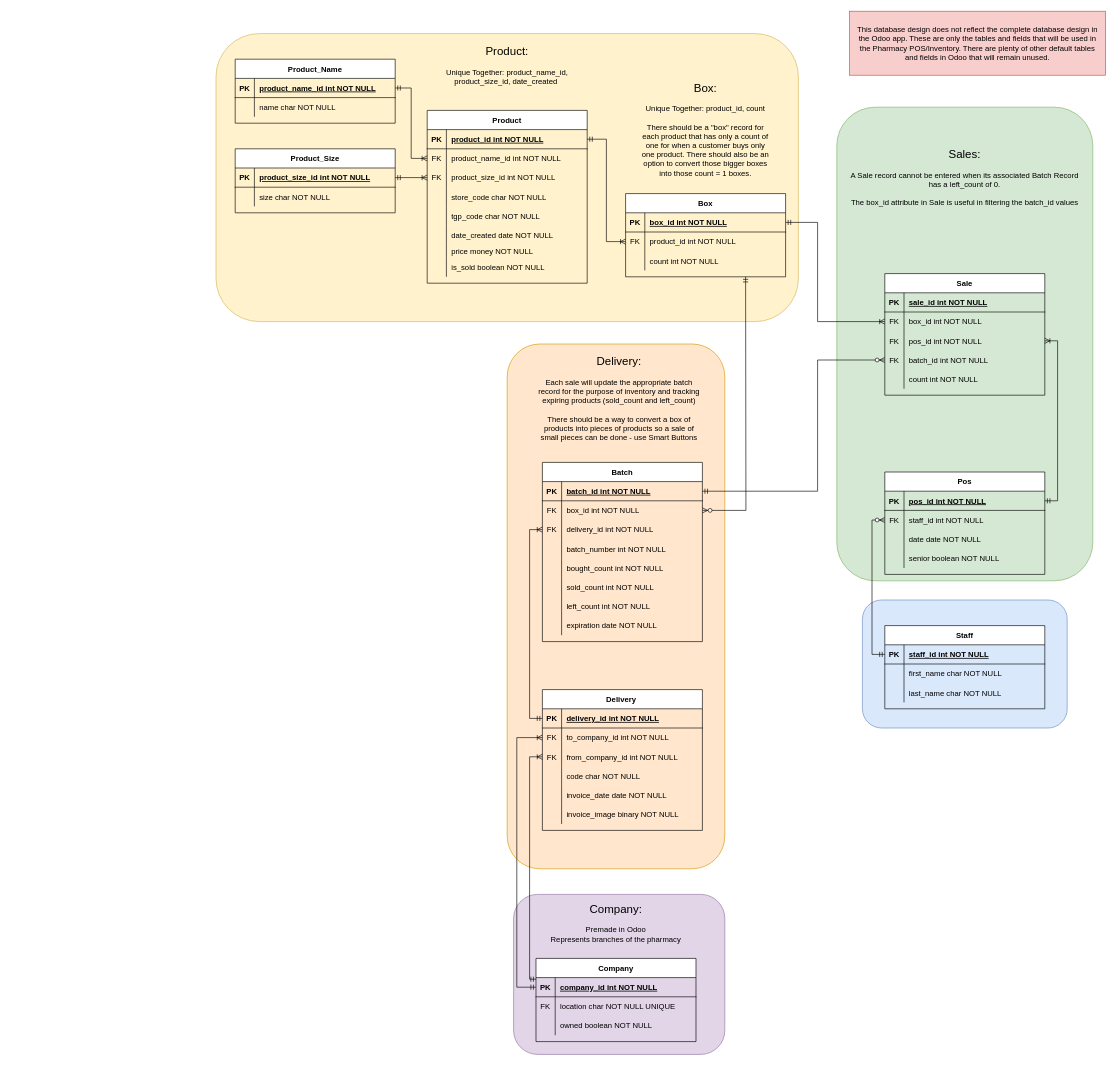
This is db-design.drawio from thisLexic/pharma-pos, a draw.io file, before an edit. Source tidied: cells renumbered, new cells numbered last; positions are measured from the earlier drawing's top-left corner, leaving out a move shared by most shapes. Both pictures are drawn from the tidied source at 64%, with x=0, y=0 at pixel (216, 11).
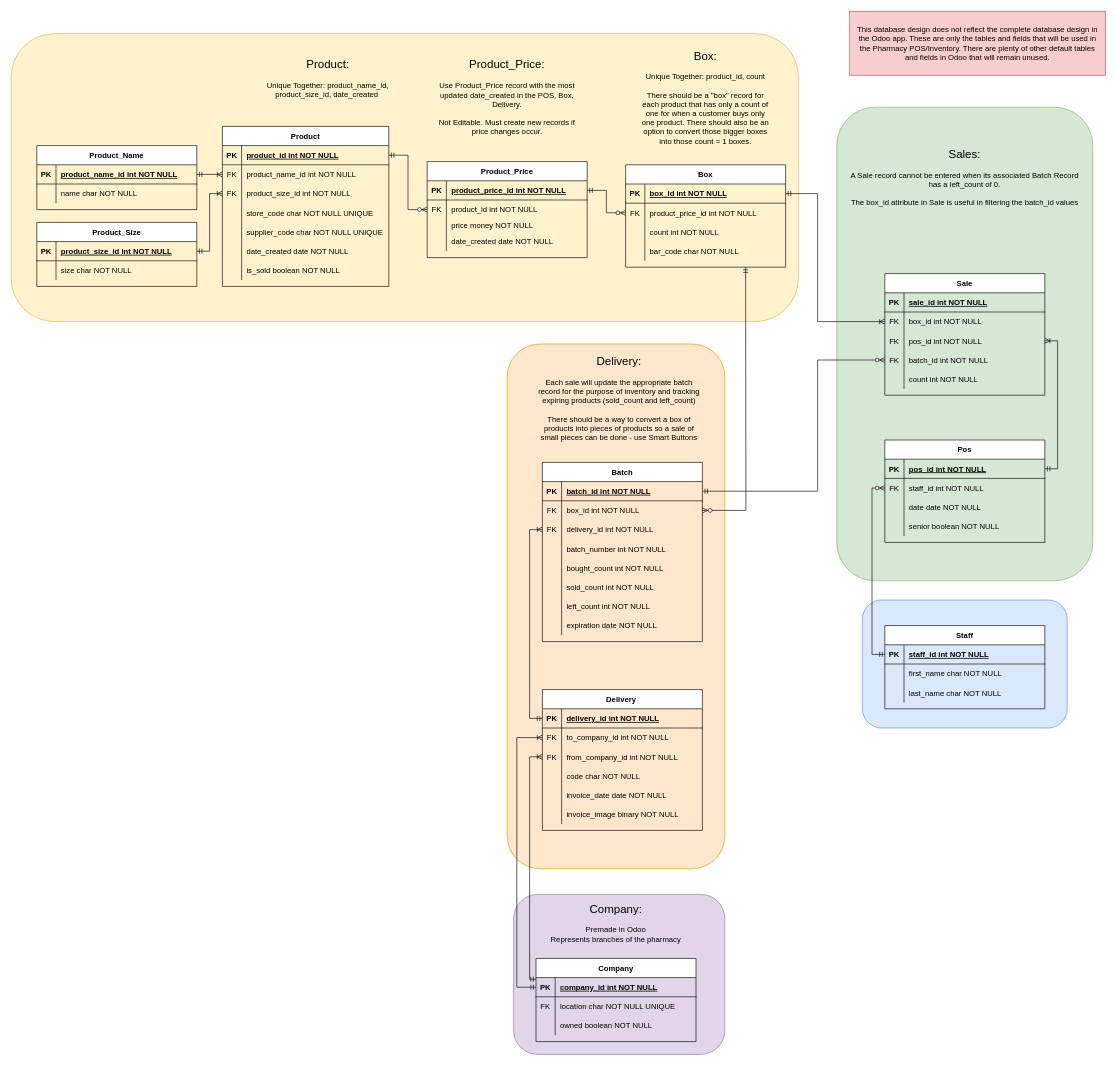
The same page after the edit.

Commit message:
added flexibility to changing the price and descriptions of products

The change refers to these unchanged cells:
```xml
<mxCell id="75" style="shape=partialRectangle;fillColor=none;points=[[0,0.5],[1,0.5]];portConstraint=eastwest;top=0;left=0;right=0;bottom=1;" parent="74" vertex="1">
  <mxGeometry y="30" width="250" height="30" as="geometry" />
</mxCell>
<mxCell id="86" style="shape=partialRectangle;fillColor=none;points=[[0,0.5],[1,0.5]];portConstraint=eastwest;top=0;left=0;right=0;bottom=0;" parent="82" vertex="1">
  <mxGeometry y="60" width="250" height="30" as="geometry" />
</mxCell>
<mxCell id="144" style="shape=partialRectangle;fillColor=none;points=[[0,0.5],[1,0.5]];portConstraint=eastwest;top=0;left=0;right=0;bottom=1;" parent="143" vertex="1">
  <mxGeometry y="30" width="250" height="30" as="geometry" />
</mxCell>
<mxCell id="147" style="shape=partialRectangle;fillColor=none;points=[[0,0.5],[1,0.5]];portConstraint=eastwest;top=0;left=0;right=0;bottom=0;" parent="143" vertex="1">
  <mxGeometry y="60" width="250" height="30" as="geometry" />
</mxCell>
```

Change to the diagram source:
```diff
@@
     <mxCell id="7" style="rounded=1;whiteSpace=wrap;html=1;fillColor=#fff2cc;strokeColor=#d6b656;" parent="1" vertex="1">
-      <mxGeometry y="35" width="910" height="450" as="geometry" />
+      <mxGeometry x="-320" y="35" width="1230" height="450" as="geometry" />
     </mxCell>
@@
     <mxCell id="27" value="Pos" style="shape=table;startSize=30;childLayout=tableLayout;rowLines=0;fontStyle=1;align=center;" parent="1" vertex="1">
-      <mxGeometry x="1045" y="720" width="250" height="160" as="geometry" />
+      <mxGeometry x="1045" y="670" width="250" height="160" as="geometry" />
     </mxCell>
@@
     <mxCell id="40" value="Product" style="shape=table;startSize=30;childLayout=tableLayout;rowLines=0;fontStyle=1;align=center;" parent="1" vertex="1">
-      <mxGeometry x="330" y="155" width="250" height="270" as="geometry" />
+      <mxGeometry x="10" y="180" width="260" height="250" as="geometry" />
     </mxCell>
     <mxCell id="41" style="shape=partialRectangle;fillColor=none;points=[[0,0.5],[1,0.5]];portConstraint=eastwest;top=0;left=0;right=0;bottom=1;" parent="40" vertex="1">
-      <mxGeometry y="30" width="250" height="30" as="geometry" />
+      <mxGeometry y="30" width="260" height="30" as="geometry" />
     </mxCell>
@@
     <mxCell id="43" value="product_id int NOT NULL " style="shape=partialRectangle;overflow=hidden;fillColor=none;top=0;left=0;bottom=0;right=0;align=left;spacingLeft=6;fontStyle=5;" parent="41" vertex="1">
-      <mxGeometry x="30" width="220" height="30" as="geometry" />
+      <mxGeometry x="30" width="230" height="30" as="geometry" />
     </mxCell>
     <mxCell id="44" style="shape=partialRectangle;fillColor=none;points=[[0,0.5],[1,0.5]];portConstraint=eastwest;top=0;left=0;right=0;bottom=0;" parent="40" vertex="1">
-      <mxGeometry y="60" width="250" height="30" as="geometry" />
+      <mxGeometry y="60" width="260" height="30" as="geometry" />
     </mxCell>
@@
     <mxCell id="46" value="product_name_id int NOT NULL" style="shape=partialRectangle;overflow=hidden;fillColor=none;top=0;left=0;bottom=0;right=0;align=left;spacingLeft=6;" parent="44" vertex="1">
-      <mxGeometry x="30" width="220" height="30" as="geometry" />
+      <mxGeometry x="30" width="230" height="30" as="geometry" />
     </mxCell>
     <mxCell id="47" style="shape=partialRectangle;fillColor=none;points=[[0,0.5],[1,0.5]];portConstraint=eastwest;top=0;left=0;right=0;bottom=0;" parent="40" vertex="1">
-      <mxGeometry y="90" width="250" height="30" as="geometry" />
+      <mxGeometry y="90" width="260" height="30" as="geometry" />
     </mxCell>
@@
     <mxCell id="49" value="product_size_id int NOT NULL" style="shape=partialRectangle;overflow=hidden;fillColor=none;top=0;left=0;bottom=0;right=0;align=left;spacingLeft=6;" parent="47" vertex="1">
-      <mxGeometry x="30" width="220" height="30" as="geometry" />
+      <mxGeometry x="30" width="230" height="30" as="geometry" />
     </mxCell>
     <mxCell id="50" style="shape=partialRectangle;fillColor=none;top=0;left=0;right=0;bottom=0;" parent="40" vertex="1">
-      <mxGeometry y="120" width="250" height="30" as="geometry" />
+      <mxGeometry y="120" width="260" height="30" as="geometry" />
     </mxCell>
@@
-    <mxCell id="52" value="store_code char NOT NULL" style="shape=partialRectangle;overflow=hidden;fillColor=none;top=0;left=0;bottom=0;right=0;align=left;spacingLeft=6;" parent="50" vertex="1">
-      <mxGeometry x="30" width="220" height="30" as="geometry" />
+    <mxCell id="52" value="store_code char NOT NULL UNIQUE" style="shape=partialRectangle;overflow=hidden;fillColor=none;top=0;left=0;bottom=0;right=0;align=left;spacingLeft=6;" parent="50" vertex="1">
+      <mxGeometry x="30" width="230" height="30" as="geometry" />
     </mxCell>
     <mxCell id="53" style="shape=partialRectangle;fillColor=none;top=0;left=0;right=0;bottom=0;" parent="40" vertex="1">
-      <mxGeometry y="150" width="250" height="30" as="geometry" />
+      <mxGeometry y="150" width="260" height="30" as="geometry" />
     </mxCell>
@@
-    <mxCell id="55" value="tgp_code char NOT NULL" style="shape=partialRectangle;overflow=hidden;fillColor=none;top=0;left=0;bottom=0;right=0;align=left;spacingLeft=6;" parent="53" vertex="1">
-      <mxGeometry x="30" width="220" height="30" as="geometry" />
+    <mxCell id="55" value="supplier_code char NOT NULL UNIQUE" style="shape=partialRectangle;overflow=hidden;fillColor=none;top=0;left=0;bottom=0;right=0;align=left;spacingLeft=6;" parent="53" vertex="1">
+      <mxGeometry x="30" width="230" height="30" as="geometry" />
     </mxCell>
     <mxCell id="56" style="shape=partialRectangle;fillColor=none;top=0;left=0;right=0;bottom=0;" parent="40" vertex="1">
-      <mxGeometry y="180" width="250" height="30" as="geometry" />
+      <mxGeometry y="180" width="260" height="30" as="geometry" />
     </mxCell>
@@
     <mxCell id="58" value="date_created date NOT NULL" style="shape=partialRectangle;overflow=hidden;fillColor=none;top=0;left=0;bottom=0;right=0;align=left;spacingLeft=6;" parent="56" vertex="1">
-      <mxGeometry x="30" width="220" height="30" as="geometry" />
+      <mxGeometry x="30" width="230" height="30" as="geometry" />
     </mxCell>
-    <mxCell id="59" style="shape=partialRectangle;fillColor=none;top=0;left=0;right=0;bottom=0;" parent="40" vertex="1">
-      <mxGeometry y="210" width="250" height="20" as="geometry" />
-    </mxCell>
-    <mxCell id="60" style="shape=partialRectangle;overflow=hidden;fillColor=none;top=0;left=0;bottom=0;right=0;" parent="59" vertex="1">
-      <mxGeometry width="30" height="20" as="geometry" />
-    </mxCell>
-    <mxCell id="61" value="price money NOT NULL" style="shape=partialRectangle;overflow=hidden;fillColor=none;top=0;left=0;bottom=0;right=0;align=left;spacingLeft=6;" parent="59" vertex="1">
-      <mxGeometry x="30" width="220" height="20" as="geometry" />
-    </mxCell>
     <mxCell id="62" style="shape=partialRectangle;fillColor=none;top=0;left=0;right=0;bottom=0;" parent="40" vertex="1">
-      <mxGeometry y="230" width="250" height="30" as="geometry" />
+      <mxGeometry y="210" width="260" height="30" as="geometry" />
     </mxCell>
@@
     <mxCell id="64" value="is_sold boolean NOT NULL" style="shape=partialRectangle;overflow=hidden;fillColor=none;top=0;left=0;bottom=0;right=0;align=left;spacingLeft=6;" parent="62" vertex="1">
-      <mxGeometry x="30" width="220" height="30" as="geometry" />
+      <mxGeometry x="30" width="230" height="30" as="geometry" />
     </mxCell>
     <mxCell id="65" value="&lt;font style=&quot;font-size: 18px&quot;&gt;Product:&lt;/font&gt;&lt;br&gt;&lt;br&gt;Unique Together:&amp;nbsp;&lt;span style=&quot;text-align: left&quot;&gt;product_name_id&lt;/span&gt;, product_size_id, date_created&amp;nbsp;" style="text;html=1;strokeColor=none;fillColor=none;align=center;verticalAlign=middle;whiteSpace=wrap;rounded=0;" parent="1" vertex="1">
-      <mxGeometry x="350" y="50" width="210" height="70" as="geometry" />
+      <mxGeometry x="70" y="70" width="210" height="70" as="geometry" />
     </mxCell>
     <mxCell id="66" value="Product_Name" style="shape=table;startSize=30;childLayout=tableLayout;rowLines=0;fontStyle=1;align=center;" parent="1" vertex="1">
-      <mxGeometry x="30" y="75" width="250" height="100" as="geometry" />
+      <mxGeometry x="-280" y="210" width="250" height="100" as="geometry" />
     </mxCell>
@@
     <mxCell id="74" value="Product_Size" style="shape=table;startSize=30;childLayout=tableLayout;rowLines=0;fontStyle=1;align=center;" parent="1" vertex="1">
-      <mxGeometry x="30" y="215" width="250" height="100" as="geometry" />
+      <mxGeometry x="-280" y="330" width="250" height="100" as="geometry" />
     </mxCell>
@@
     <mxCell id="81" style="edgeStyle=orthogonalEdgeStyle;rounded=0;jettySize=auto;html=1;exitX=1;exitY=0.5;exitDx=0;exitDy=0;endArrow=ERoneToMany;endFill=0;startArrow=ERmandOne;startFill=0;entryX=0;entryY=0.5;entryDx=0;entryDy=0;" parent="1" edge="1" source="75" target="47">
-      <mxGeometry relative="1" as="geometry">
-        <Array as="points">
-          <mxPoint x="300" y="260" />
-          <mxPoint x="300" y="260" />
-        </Array>
-      </mxGeometry>
+      <mxGeometry relative="1" as="geometry" />
     </mxCell>
@@
     <mxCell id="98" style="edgeStyle=orthogonalEdgeStyle;rounded=0;jettySize=auto;html=1;endArrow=ERoneToMany;endFill=0;startArrow=ERmandOne;startFill=0;entryX=0;entryY=0.5;entryDx=0;entryDy=0;exitX=1;exitY=0.5;exitDx=0;exitDy=0;" parent="1" edge="1" source="144" target="86">
       <mxGeometry relative="1" as="geometry">
         <Array as="points">
-          <mxPoint x="940" y="330" />
+          <mxPoint x="940" y="285" />
           <mxPoint x="940" y="485" />
         </Array>
       </mxGeometry>
     </mxCell>
@@
     <mxCell id="143" value="Box" style="shape=table;startSize=30;childLayout=tableLayout;rowLines=0;fontStyle=1;align=center;" parent="1" vertex="1">
-      <mxGeometry x="640" y="285" width="250" height="130" as="geometry" />
+      <mxGeometry x="640" y="240" width="250" height="160" as="geometry" />
     </mxCell>
@@
-    <mxCell id="149" value="product_id int NOT NULL" style="shape=partialRectangle;overflow=hidden;fillColor=none;top=0;left=0;bottom=0;right=0;align=left;spacingLeft=6;" parent="147" vertex="1">
+    <mxCell id="149" value="product_price_id int NOT NULL" style="shape=partialRectangle;overflow=hidden;fillColor=none;top=0;left=0;bottom=0;right=0;align=left;spacingLeft=6;" parent="147" vertex="1">
       <mxGeometry x="30" width="220" height="30" as="geometry" />
     </mxCell>
@@
+    <mxCell id="167" style="shape=partialRectangle;fillColor=none;top=0;left=0;right=0;bottom=0;" parent="143" vertex="1">
+      <mxGeometry y="120" width="250" height="30" as="geometry" />
+    </mxCell>
+    <mxCell id="168" style="shape=partialRectangle;overflow=hidden;fillColor=none;top=0;left=0;bottom=0;right=0;" parent="167" vertex="1">
+      <mxGeometry width="30" height="30" as="geometry" />
+    </mxCell>
+    <mxCell id="169" value="bar_code char NOT NULL" style="shape=partialRectangle;overflow=hidden;fillColor=none;top=0;left=0;bottom=0;right=0;align=left;spacingLeft=6;" parent="167" vertex="1">
+      <mxGeometry x="30" width="220" height="30" as="geometry" />
+    </mxCell>
     <mxCell id="153" value="&lt;font style=&quot;font-size: 18px&quot;&gt;Box:&lt;/font&gt;&lt;br&gt;&lt;br&gt;Unique Together:&amp;nbsp;&lt;span style=&quot;text-align: left&quot;&gt;product_id, count&lt;br&gt;&lt;br&gt;There should be a &quot;box&quot; record for each product that has only a count of one for when a customer buys only one product. There should also be an option to convert those bigger boxes into those count = 1 boxes.&lt;br&gt;&lt;/span&gt;" style="text;html=1;strokeColor=none;fillColor=none;align=center;verticalAlign=middle;whiteSpace=wrap;rounded=0;" parent="1" vertex="1">
-      <mxGeometry x="660" y="90" width="210" height="190" as="geometry" />
+      <mxGeometry x="660" y="40" width="210" height="190" as="geometry" />
     </mxCell>
-    <mxCell id="154" style="edgeStyle=orthogonalEdgeStyle;rounded=0;jettySize=auto;html=1;exitX=0;exitY=0.5;exitDx=0;exitDy=0;endArrow=ERmandOne;endFill=0;startArrow=ERoneToMany;startFill=0;entryX=1;entryY=0.5;entryDx=0;entryDy=0;" parent="1" edge="1" source="147" target="41">
-      <mxGeometry relative="1" as="geometry" />
-    </mxCell>
@@
+    <mxCell id="170" value="Product_Price" style="shape=table;startSize=30;childLayout=tableLayout;rowLines=0;fontStyle=1;align=center;" parent="1" vertex="1">
+      <mxGeometry x="330" y="235" width="250" height="150" as="geometry" />
+    </mxCell>
+    <mxCell id="171" style="shape=partialRectangle;points=[[0,0.5],[1,0.5]];portConstraint=eastwest;top=0;left=0;right=0;bottom=1;fillColor=none;fontStyle=5;" parent="170" vertex="1">
+      <mxGeometry y="30" width="250" height="30" as="geometry" />
+    </mxCell>
+    <mxCell id="172" value="PK" style="shape=partialRectangle;overflow=hidden;fillColor=none;top=0;left=0;bottom=0;right=0;fontStyle=1;" parent="171" vertex="1">
+      <mxGeometry width="30" height="30" as="geometry" />
+    </mxCell>
+    <mxCell id="173" value="product_price_id int NOT NULL" style="shape=partialRectangle;overflow=hidden;fillColor=none;top=0;left=0;bottom=0;right=0;align=left;spacingLeft=6;fontStyle=5;" parent="171" vertex="1">
+      <mxGeometry x="30" width="220" height="30" as="geometry" />
+    </mxCell>
+    <mxCell id="174" style="shape=partialRectangle;fillColor=none;points=[[0,0.5],[1,0.5]];portConstraint=eastwest;top=0;left=0;right=0;bottom=0;" parent="170" vertex="1">
+      <mxGeometry y="60" width="250" height="30" as="geometry" />
+    </mxCell>
+    <mxCell id="175" value="FK" style="shape=partialRectangle;overflow=hidden;fillColor=none;top=0;left=0;bottom=0;right=0;" parent="174" vertex="1">
+      <mxGeometry width="30" height="30" as="geometry" />
+    </mxCell>
+    <mxCell id="176" value="product_id int NOT NULL" style="shape=partialRectangle;overflow=hidden;fillColor=none;top=0;left=0;bottom=0;right=0;align=left;spacingLeft=6;" parent="174" vertex="1">
+      <mxGeometry x="30" width="220" height="30" as="geometry" />
+    </mxCell>
+    <mxCell id="177" style="shape=partialRectangle;fillColor=none;top=0;left=0;right=0;bottom=0;" parent="170" vertex="1">
+      <mxGeometry y="90" width="250" height="20" as="geometry" />
+    </mxCell>
+    <mxCell id="60" style="shape=partialRectangle;overflow=hidden;fillColor=none;top=0;left=0;bottom=0;right=0;" parent="177" vertex="1">
+      <mxGeometry width="30" height="20" as="geometry" />
+    </mxCell>
+    <mxCell id="61" value="price money NOT NULL" style="shape=partialRectangle;overflow=hidden;fillColor=none;top=0;left=0;bottom=0;right=0;align=left;spacingLeft=6;" parent="177" vertex="1">
+      <mxGeometry x="30" width="220" height="20" as="geometry" />
+    </mxCell>
+    <mxCell id="178" style="shape=partialRectangle;fillColor=none;top=0;left=0;right=0;bottom=0;" parent="170" vertex="1">
+      <mxGeometry y="110" width="250" height="30" as="geometry" />
+    </mxCell>
+    <mxCell id="179" style="shape=partialRectangle;overflow=hidden;fillColor=none;top=0;left=0;bottom=0;right=0;" parent="178" vertex="1">
+      <mxGeometry width="30" height="30" as="geometry" />
+    </mxCell>
+    <mxCell id="180" value="date_created date NOT NULL" style="shape=partialRectangle;overflow=hidden;fillColor=none;top=0;left=0;bottom=0;right=0;align=left;spacingLeft=6;" parent="178" vertex="1">
+      <mxGeometry x="30" width="220" height="30" as="geometry" />
+    </mxCell>
+    <mxCell id="181" value="&lt;font style=&quot;font-size: 18px&quot;&gt;Product_Price:&lt;/font&gt;&lt;br&gt;&lt;br&gt;Use Product_Price record with the most updated date_created in the POS, Box, Delivery.&lt;br&gt;&lt;br&gt;Not Editable. Must create new records if price changes occur." style="text;html=1;strokeColor=none;fillColor=none;align=center;verticalAlign=middle;whiteSpace=wrap;rounded=0;" parent="1" vertex="1">
+      <mxGeometry x="340" y="100" width="230" height="70" as="geometry" />
+    </mxCell>
+    <mxCell id="182" style="edgeStyle=orthogonalEdgeStyle;rounded=0;jettySize=auto;html=1;exitX=0;exitY=0.5;exitDx=0;exitDy=0;entryX=1;entryY=0.5;entryDx=0;entryDy=0;endArrow=ERmandOne;endFill=0;startArrow=ERzeroToMany;startFill=1;" parent="1" edge="1" source="147" target="171">
+      <mxGeometry relative="1" as="geometry" />
+    </mxCell>
+    <mxCell id="183" style="edgeStyle=orthogonalEdgeStyle;rounded=0;jettySize=auto;html=1;exitX=0;exitY=0.5;exitDx=0;exitDy=0;entryX=1;entryY=0.5;entryDx=0;entryDy=0;startArrow=ERzeroToMany;startFill=1;endArrow=ERmandOne;endFill=0;" parent="1" edge="1" source="174" target="41">
+      <mxGeometry relative="1" as="geometry" />
+    </mxCell>
```
